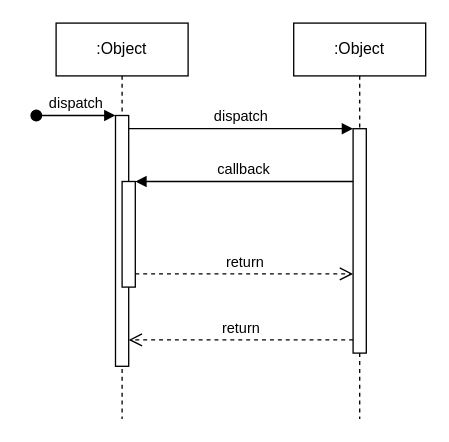
This is sequence_diagrams/fish_object_sequence_diagram.drawio from NgoThanhNha/fishing-diary-game-ak-base-kit-stm32l151, a draw.io file, before an edit. Source tidied: cells renumbered, new cells numbered last; positions are measured from the earlier drawing's top-left corner, leaving out a move shared by most shapes. Both pictures are drawn from the tidied source at 132%, with x=0, y=0 at pixel (36, 22).
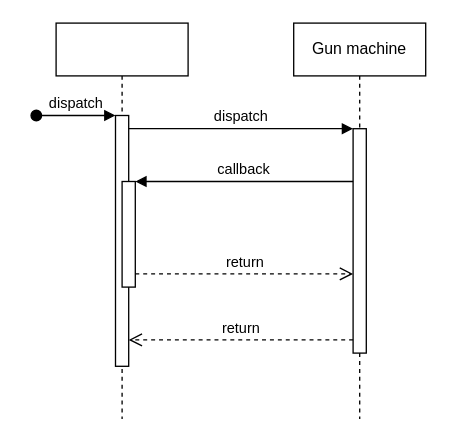
Above is the later version.

Commit message (it also covers changes not shown here):
Cập nhật fish_object_sequence_diagram.drawio

What changed in the source:
```diff
@@
 <mxGraphModel>
   <root>
     <mxCell id="0" />
     <mxCell id="1" parent="0" />
-    <mxCell id="2" value=":Object" style="shape=umlLifeline;perimeter=lifelinePerimeter;whiteSpace=wrap;html=1;newEdgeStyle={&quot;edgeStyle&quot;:&quot;elbowEdgeStyle&quot;,&quot;elbow&quot;:&quot;vertical&quot;,&quot;curved&quot;:0,&quot;rounded&quot;:0};" parent="1" vertex="1">
+    <mxCell id="2" style="shape=umlLifeline;perimeter=lifelinePerimeter;whiteSpace=wrap;html=1;newEdgeStyle={&quot;edgeStyle&quot;:&quot;elbowEdgeStyle&quot;,&quot;elbow&quot;:&quot;vertical&quot;,&quot;curved&quot;:0,&quot;rounded&quot;:0};" parent="1" vertex="1">
       <mxGeometry x="15" width="100" height="300" as="geometry" />
     </mxCell>
     <mxCell id="3" style="html=1;points=[];perimeter=orthogonalPerimeter;outlineConnect=0;targetShapes=umlLifeline;portConstraint=eastwest;newEdgeStyle={&quot;edgeStyle&quot;:&quot;elbowEdgeStyle&quot;,&quot;elbow&quot;:&quot;vertical&quot;,&quot;curved&quot;:0,&quot;rounded&quot;:0};" parent="2" vertex="1">
       <mxGeometry x="45" y="70" width="10" height="190" as="geometry" />
     </mxCell>
     <mxCell id="4" value="dispatch" style="html=1;verticalAlign=bottom;startArrow=oval;endArrow=block;startSize=8;edgeStyle=elbowEdgeStyle;elbow=vertical;curved=0;rounded=0;" parent="2" edge="1" target="3">
       <mxGeometry relative="1" as="geometry">
         <mxPoint x="-15" y="70" as="sourcePoint" />
       </mxGeometry>
     </mxCell>
     <mxCell id="5" style="html=1;points=[];perimeter=orthogonalPerimeter;outlineConnect=0;targetShapes=umlLifeline;portConstraint=eastwest;newEdgeStyle={&quot;edgeStyle&quot;:&quot;elbowEdgeStyle&quot;,&quot;elbow&quot;:&quot;vertical&quot;,&quot;curved&quot;:0,&quot;rounded&quot;:0};" parent="2" vertex="1">
       <mxGeometry x="50" y="120" width="10" height="80" as="geometry" />
     </mxCell>
-    <mxCell id="6" value=":Object" style="shape=umlLifeline;perimeter=lifelinePerimeter;whiteSpace=wrap;html=1;newEdgeStyle={&quot;edgeStyle&quot;:&quot;elbowEdgeStyle&quot;,&quot;elbow&quot;:&quot;vertical&quot;,&quot;curved&quot;:0,&quot;rounded&quot;:0};" parent="1" vertex="1">
+    <mxCell id="6" value="Gun machine" style="shape=umlLifeline;perimeter=lifelinePerimeter;whiteSpace=wrap;html=1;newEdgeStyle={&quot;edgeStyle&quot;:&quot;elbowEdgeStyle&quot;,&quot;elbow&quot;:&quot;vertical&quot;,&quot;curved&quot;:0,&quot;rounded&quot;:0};" parent="1" vertex="1">
       <mxGeometry x="195" width="100" height="300" as="geometry" />
     </mxCell>
     <mxCell id="7" style="html=1;points=[];perimeter=orthogonalPerimeter;outlineConnect=0;targetShapes=umlLifeline;portConstraint=eastwest;newEdgeStyle={&quot;edgeStyle&quot;:&quot;elbowEdgeStyle&quot;,&quot;elbow&quot;:&quot;vertical&quot;,&quot;curved&quot;:0,&quot;rounded&quot;:0};" parent="6" vertex="1">
       <mxGeometry x="45" y="80" width="10" height="170" as="geometry" />
     </mxCell>
     <mxCell id="8" value="dispatch" style="html=1;verticalAlign=bottom;endArrow=block;edgeStyle=elbowEdgeStyle;elbow=vertical;curved=0;rounded=0;" parent="1" edge="1" source="3" target="7">
       <mxGeometry relative="1" as="geometry">
         <Array as="points">
           <mxPoint x="155" y="80" />
         </Array>
       </mxGeometry>
     </mxCell>
     <mxCell id="9" value="return" style="html=1;verticalAlign=bottom;endArrow=open;dashed=1;endSize=8;edgeStyle=elbowEdgeStyle;elbow=vertical;curved=0;rounded=0;" parent="1" edge="1" source="7" target="3">
       <mxGeometry relative="1" as="geometry">
         <Array as="points">
           <mxPoint x="165" y="240" />
         </Array>
       </mxGeometry>
     </mxCell>
     <mxCell id="10" value="callback" style="html=1;verticalAlign=bottom;endArrow=block;edgeStyle=elbowEdgeStyle;elbow=vertical;curved=0;rounded=0;" parent="1" edge="1" source="7" target="5">
       <mxGeometry relative="1" as="geometry">
         <Array as="points">
           <mxPoint x="165" y="120" />
         </Array>
       </mxGeometry>
     </mxCell>
     <mxCell id="11" value="return" style="html=1;verticalAlign=bottom;endArrow=open;dashed=1;endSize=8;edgeStyle=elbowEdgeStyle;elbow=vertical;curved=0;rounded=0;" parent="1" edge="1" source="5" target="7">
       <mxGeometry relative="1" as="geometry">
         <Array as="points">
           <mxPoint x="155" y="190" />
         </Array>
       </mxGeometry>
     </mxCell>
   </root>
 </mxGraphModel>
```
